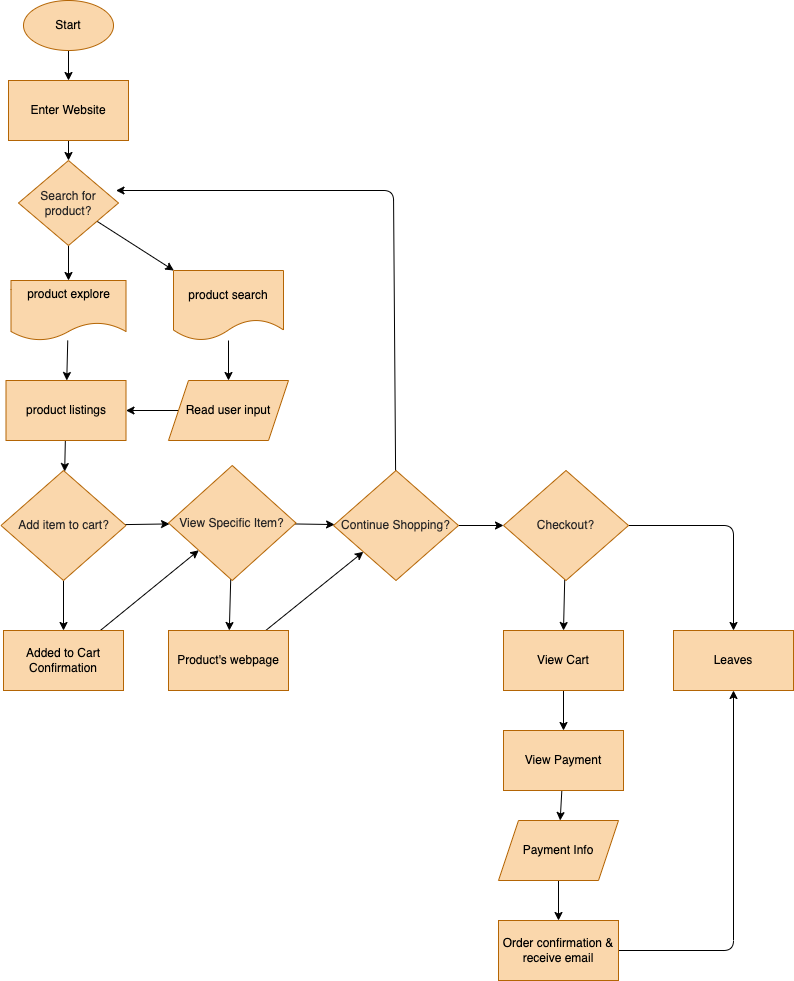
Jackson-Wang-0/fa22-cse110-lab4 keeps this draw.io diagram as explore/diagramming/diagram.drawio.png. Above is the earlier version. Source tidied: cells renumbered, new cells last; positions are measured from the earlier drawing's top-left corner, leaving out a move shared by most shapes. Its diagram source:
```xml
<mxGraphModel>
  <root>
    <mxCell id="0" />
    <mxCell id="1" parent="0" />
    <mxCell id="2" style="edgeStyle=none;html=1;fontColor=#000000;" parent="1" edge="1" source="3" target="5">
      <mxGeometry relative="1" as="geometry" />
    </mxCell>
    <mxCell id="3" value="&lt;font color=&quot;#000000&quot;&gt;Start&lt;/font&gt;" style="ellipse;whiteSpace=wrap;html=1;fillColor=#fad7ac;strokeColor=#b46504;" parent="1" vertex="1">
      <mxGeometry x="22" width="90" height="50" as="geometry" />
    </mxCell>
    <mxCell id="4" style="edgeStyle=none;html=1;fontColor=#FFFFFF;" parent="1" edge="1" source="5" target="33">
      <mxGeometry relative="1" as="geometry" />
    </mxCell>
    <mxCell id="5" value="&lt;font color=&quot;#000000&quot;&gt;Enter Website&lt;/font&gt;" style="rounded=0;whiteSpace=wrap;html=1;fillColor=#fad7ac;strokeColor=#b46504;" parent="1" vertex="1">
      <mxGeometry x="7" y="80" width="120" height="60" as="geometry" />
    </mxCell>
    <mxCell id="6" style="edgeStyle=none;html=1;fontColor=#000000;" parent="1" edge="1" source="7" target="13">
      <mxGeometry relative="1" as="geometry" />
    </mxCell>
    <mxCell id="7" value="&lt;font color=&quot;#000000&quot;&gt;product explore&lt;br&gt;&lt;br&gt;&lt;/font&gt;" style="shape=document;whiteSpace=wrap;html=1;boundedLbl=1;fillColor=#fad7ac;strokeColor=#b46504;" parent="1" vertex="1">
      <mxGeometry x="9.5" y="280" width="115" height="60" as="geometry" />
    </mxCell>
    <mxCell id="8" style="edgeStyle=none;html=1;entryX=0.5;entryY=0;entryDx=0;entryDy=0;fontColor=#000000;" parent="1" edge="1" source="9" target="11">
      <mxGeometry relative="1" as="geometry" />
    </mxCell>
    <mxCell id="9" value="&lt;font color=&quot;#000000&quot;&gt;product search&lt;/font&gt;" style="shape=document;whiteSpace=wrap;html=1;boundedLbl=1;fillColor=#fad7ac;strokeColor=#b46504;" parent="1" vertex="1">
      <mxGeometry x="172" y="270" width="110" height="70" as="geometry" />
    </mxCell>
    <mxCell id="10" style="edgeStyle=none;html=1;fontColor=#FFFFFF;" parent="1" edge="1" source="11" target="13">
      <mxGeometry relative="1" as="geometry" />
    </mxCell>
    <mxCell id="11" value="&lt;font color=&quot;#000000&quot;&gt;Read user input&lt;br&gt;&lt;/font&gt;" style="shape=parallelogram;perimeter=parallelogramPerimeter;whiteSpace=wrap;html=1;fixedSize=1;fillColor=#fad7ac;strokeColor=#b46504;" parent="1" vertex="1">
      <mxGeometry x="167" y="380" width="120" height="60" as="geometry" />
    </mxCell>
    <mxCell id="12" style="edgeStyle=none;html=1;fontColor=#FFFFFF;" parent="1" edge="1" source="13" target="16">
      <mxGeometry relative="1" as="geometry" />
    </mxCell>
    <mxCell id="13" value="&lt;font color=&quot;#000000&quot;&gt;product listings&lt;/font&gt;" style="rounded=0;whiteSpace=wrap;html=1;fillColor=#fad7ac;strokeColor=#b46504;" parent="1" vertex="1">
      <mxGeometry x="4.5" y="380" width="120" height="60" as="geometry" />
    </mxCell>
    <mxCell id="14" style="edgeStyle=none;html=1;fontColor=#FFFFFF;" parent="1" edge="1" source="16" target="19">
      <mxGeometry relative="1" as="geometry" />
    </mxCell>
    <mxCell id="15" style="edgeStyle=none;html=1;entryX=0.5;entryY=0;entryDx=0;entryDy=0;fontColor=#FFFFFF;" parent="1" edge="1" source="16" target="26">
      <mxGeometry relative="1" as="geometry" />
    </mxCell>
    <mxCell id="16" value="Add item to cart?" style="rhombus;whiteSpace=wrap;html=1;fillColor=#fad7ac;strokeColor=#b46504;fontColor=#272525;" parent="1" vertex="1">
      <mxGeometry x="-0.5" y="470" width="125" height="110" as="geometry" />
    </mxCell>
    <mxCell id="17" style="edgeStyle=none;html=1;fontColor=#FFFFFF;" parent="1" edge="1" source="19" target="23">
      <mxGeometry relative="1" as="geometry" />
    </mxCell>
    <mxCell id="18" style="edgeStyle=none;html=1;fontColor=#FFFFFF;" parent="1" edge="1" source="19" target="29">
      <mxGeometry relative="1" as="geometry" />
    </mxCell>
    <mxCell id="19" value="View Specific Item?" style="rhombus;whiteSpace=wrap;html=1;fillColor=#fad7ac;strokeColor=#b46504;fontColor=#272525;" parent="1" vertex="1">
      <mxGeometry x="167" y="465" width="127.5" height="115" as="geometry" />
    </mxCell>
    <mxCell id="20" value="&lt;font color=&quot;#ffffff&quot;&gt;YES&lt;/font&gt;" style="text;html=1;align=center;verticalAlign=middle;strokeColor=none;fillColor=none;fontColor=#272525;" parent="1" vertex="1">
      <mxGeometry x="22" y="580" width="50" height="30" as="geometry" />
    </mxCell>
    <mxCell id="21" style="edgeStyle=none;html=1;entryX=0.975;entryY=0.353;entryDx=0;entryDy=0;entryPerimeter=0;fontColor=#FFFFFF;" parent="1" edge="1" source="23" target="33">
      <mxGeometry relative="1" as="geometry">
        <Array as="points">
          <mxPoint x="392" y="190" />
        </Array>
      </mxGeometry>
    </mxCell>
    <mxCell id="22" style="edgeStyle=none;html=1;fontColor=#FFFFFF;" parent="1" edge="1" source="23" target="39">
      <mxGeometry relative="1" as="geometry" />
    </mxCell>
    <mxCell id="23" value="Continue Shopping?" style="rhombus;whiteSpace=wrap;html=1;fillColor=#fad7ac;strokeColor=#b46504;fontColor=#272525;" parent="1" vertex="1">
      <mxGeometry x="332" y="470" width="125" height="110" as="geometry" />
    </mxCell>
    <mxCell id="24" value="No" style="text;html=1;align=center;verticalAlign=middle;strokeColor=none;fillColor=none;fontColor=#FFFFFF;" parent="1" vertex="1">
      <mxGeometry x="127" y="490" width="40" height="30" as="geometry" />
    </mxCell>
    <mxCell id="25" style="edgeStyle=none;html=1;fontColor=#FFFFFF;" parent="1" edge="1" source="26" target="19">
      <mxGeometry relative="1" as="geometry" />
    </mxCell>
    <mxCell id="26" value="&lt;font color=&quot;#000000&quot;&gt;Added to Cart Confirmation&lt;/font&gt;" style="rounded=0;whiteSpace=wrap;html=1;fillColor=#fad7ac;strokeColor=#b46504;" parent="1" vertex="1">
      <mxGeometry x="2" y="630" width="120" height="60" as="geometry" />
    </mxCell>
    <mxCell id="27" value="No" style="text;html=1;align=center;verticalAlign=middle;strokeColor=none;fillColor=none;fontColor=#FFFFFF;" parent="1" vertex="1">
      <mxGeometry x="294.5" y="490" width="40" height="30" as="geometry" />
    </mxCell>
    <mxCell id="28" style="edgeStyle=none;html=1;fontColor=#FFFFFF;" parent="1" edge="1" source="29" target="23">
      <mxGeometry relative="1" as="geometry" />
    </mxCell>
    <mxCell id="29" value="&lt;font color=&quot;#000000&quot;&gt;Product's webpage&lt;br&gt;&lt;/font&gt;" style="rounded=0;whiteSpace=wrap;html=1;fillColor=#fad7ac;strokeColor=#b46504;" parent="1" vertex="1">
      <mxGeometry x="167" y="630" width="120" height="60" as="geometry" />
    </mxCell>
    <mxCell id="30" value="&lt;font color=&quot;#ffffff&quot;&gt;YES&lt;/font&gt;" style="text;html=1;align=center;verticalAlign=middle;strokeColor=none;fillColor=none;fontColor=#272525;" parent="1" vertex="1">
      <mxGeometry x="182" y="580" width="50" height="30" as="geometry" />
    </mxCell>
    <mxCell id="31" style="edgeStyle=none;html=1;fontColor=#FFFFFF;" parent="1" edge="1" source="33" target="7">
      <mxGeometry relative="1" as="geometry" />
    </mxCell>
    <mxCell id="32" style="edgeStyle=none;html=1;fontColor=#FFFFFF;" parent="1" edge="1" source="33" target="9">
      <mxGeometry relative="1" as="geometry" />
    </mxCell>
    <mxCell id="33" value="Search for product?" style="rhombus;whiteSpace=wrap;html=1;fillColor=#fad7ac;strokeColor=#b46504;fontColor=#272525;" parent="1" vertex="1">
      <mxGeometry x="17" y="160" width="100" height="85" as="geometry" />
    </mxCell>
    <mxCell id="34" value="No" style="text;html=1;align=center;verticalAlign=middle;strokeColor=none;fillColor=none;fontColor=#FFFFFF;" parent="1" vertex="1">
      <mxGeometry x="32" y="237.5" width="40" height="30" as="geometry" />
    </mxCell>
    <mxCell id="35" value="&lt;font color=&quot;#ffffff&quot;&gt;YES&lt;/font&gt;" style="text;html=1;align=center;verticalAlign=middle;strokeColor=none;fillColor=none;fontColor=#272525;" parent="1" vertex="1">
      <mxGeometry x="117" y="220" width="50" height="30" as="geometry" />
    </mxCell>
    <mxCell id="36" value="&lt;font color=&quot;#ffffff&quot;&gt;YES&lt;/font&gt;" style="text;html=1;align=center;verticalAlign=middle;strokeColor=none;fillColor=none;fontColor=#272525;" parent="1" vertex="1">
      <mxGeometry x="392" y="295" width="50" height="30" as="geometry" />
    </mxCell>
    <mxCell id="37" style="edgeStyle=none;html=1;fontColor=#FFFFFF;" parent="1" edge="1" source="39" target="41">
      <mxGeometry relative="1" as="geometry">
        <Array as="points">
          <mxPoint x="732" y="525" />
        </Array>
      </mxGeometry>
    </mxCell>
    <mxCell id="38" style="edgeStyle=none;html=1;entryX=0.5;entryY=0;entryDx=0;entryDy=0;fontColor=#FFFFFF;" parent="1" edge="1" source="39" target="44">
      <mxGeometry relative="1" as="geometry" />
    </mxCell>
    <mxCell id="39" value="Checkout?" style="rhombus;whiteSpace=wrap;html=1;fillColor=#fad7ac;strokeColor=#b46504;fontColor=#272525;" parent="1" vertex="1">
      <mxGeometry x="502" y="470" width="125" height="110" as="geometry" />
    </mxCell>
    <mxCell id="40" value="No" style="text;html=1;align=center;verticalAlign=middle;strokeColor=none;fillColor=none;fontColor=#FFFFFF;" parent="1" vertex="1">
      <mxGeometry x="457" y="490" width="40" height="30" as="geometry" />
    </mxCell>
    <mxCell id="41" value="&lt;font color=&quot;#000000&quot;&gt;Leaves&lt;br&gt;&lt;/font&gt;" style="rounded=0;whiteSpace=wrap;html=1;fillColor=#fad7ac;strokeColor=#b46504;" parent="1" vertex="1">
      <mxGeometry x="672" y="630" width="120" height="60" as="geometry" />
    </mxCell>
    <mxCell id="42" value="No" style="text;html=1;align=center;verticalAlign=middle;strokeColor=none;fillColor=none;fontColor=#FFFFFF;" parent="1" vertex="1">
      <mxGeometry x="682" y="490" width="40" height="30" as="geometry" />
    </mxCell>
    <mxCell id="43" style="edgeStyle=none;html=1;entryX=0.5;entryY=0;entryDx=0;entryDy=0;fontColor=#FFFFFF;" parent="1" edge="1" source="44" target="47">
      <mxGeometry relative="1" as="geometry" />
    </mxCell>
    <mxCell id="44" value="&lt;font color=&quot;#000000&quot;&gt;View Cart&lt;br&gt;&lt;/font&gt;" style="rounded=0;whiteSpace=wrap;html=1;fillColor=#fad7ac;strokeColor=#b46504;" parent="1" vertex="1">
      <mxGeometry x="502" y="630" width="120" height="60" as="geometry" />
    </mxCell>
    <mxCell id="45" value="&lt;font color=&quot;#ffffff&quot;&gt;YES&lt;/font&gt;" style="text;html=1;align=center;verticalAlign=middle;strokeColor=none;fillColor=none;fontColor=#272525;" parent="1" vertex="1">
      <mxGeometry x="512" y="580" width="50" height="30" as="geometry" />
    </mxCell>
    <mxCell id="46" style="edgeStyle=none;html=1;fontColor=#FFFFFF;" parent="1" edge="1" source="47" target="49">
      <mxGeometry relative="1" as="geometry" />
    </mxCell>
    <mxCell id="47" value="&lt;font color=&quot;#000000&quot;&gt;View Payment&lt;br&gt;&lt;/font&gt;" style="rounded=0;whiteSpace=wrap;html=1;fillColor=#fad7ac;strokeColor=#b46504;" parent="1" vertex="1">
      <mxGeometry x="502" y="730" width="120" height="60" as="geometry" />
    </mxCell>
    <mxCell id="48" style="edgeStyle=none;html=1;fontColor=#FFFFFF;" parent="1" edge="1" source="49" target="51">
      <mxGeometry relative="1" as="geometry" />
    </mxCell>
    <mxCell id="49" value="&lt;font color=&quot;#000000&quot;&gt;Payment Info&lt;br&gt;&lt;/font&gt;" style="shape=parallelogram;perimeter=parallelogramPerimeter;whiteSpace=wrap;html=1;fixedSize=1;fillColor=#fad7ac;strokeColor=#b46504;" parent="1" vertex="1">
      <mxGeometry x="497" y="820" width="120" height="60" as="geometry" />
    </mxCell>
    <mxCell id="50" style="edgeStyle=none;html=1;entryX=0.5;entryY=1;entryDx=0;entryDy=0;fontColor=#FFFFFF;" parent="1" edge="1" source="51" target="41">
      <mxGeometry relative="1" as="geometry">
        <Array as="points">
          <mxPoint x="732" y="950" />
        </Array>
      </mxGeometry>
    </mxCell>
    <mxCell id="51" value="&lt;font color=&quot;#000000&quot;&gt;Order confirmation &amp;amp; receive email&lt;br&gt;&lt;/font&gt;" style="rounded=0;whiteSpace=wrap;html=1;fillColor=#fad7ac;strokeColor=#b46504;" parent="1" vertex="1">
      <mxGeometry x="497" y="920" width="120" height="60" as="geometry" />
    </mxCell>
  </root>
</mxGraphModel>
```
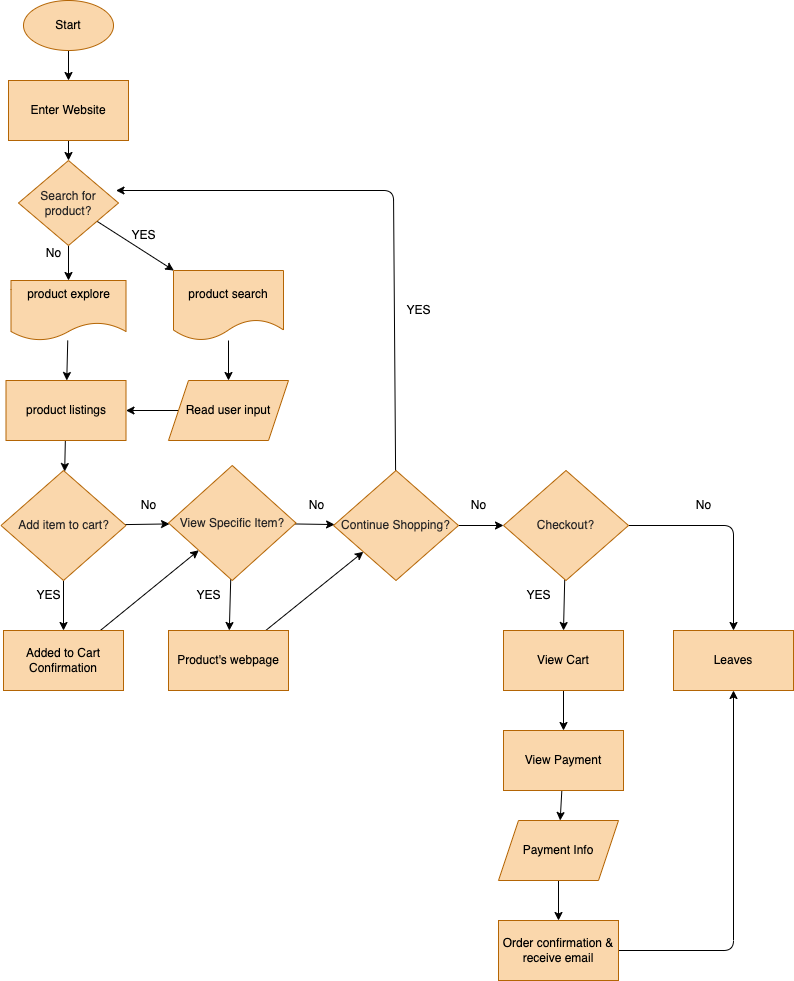
After the change.

What changed in the source:
```diff
@@ -56,7 +56,7 @@
     <mxCell id="19" value="View Specific Item?" style="rhombus;whiteSpace=wrap;html=1;fillColor=#fad7ac;strokeColor=#b46504;fontColor=#272525;" parent="1" vertex="1">
       <mxGeometry x="167" y="465" width="127.5" height="115" as="geometry" />
     </mxCell>
-    <mxCell id="20" value="&lt;font color=&quot;#ffffff&quot;&gt;YES&lt;/font&gt;" style="text;html=1;align=center;verticalAlign=middle;strokeColor=none;fillColor=none;fontColor=#272525;" parent="1" vertex="1">
+    <mxCell id="20" value="&lt;font&gt;YES&lt;/font&gt;" style="text;html=1;align=center;verticalAlign=middle;strokeColor=none;fillColor=none;fontColor=#000000;" parent="1" vertex="1">
       <mxGeometry x="22" y="580" width="50" height="30" as="geometry" />
     </mxCell>
     <mxCell id="21" style="edgeStyle=none;html=1;entryX=0.975;entryY=0.353;entryDx=0;entryDy=0;entryPerimeter=0;fontColor=#FFFFFF;" parent="1" edge="1" source="23" target="33">
@@ -72,7 +72,7 @@
     <mxCell id="23" value="Continue Shopping?" style="rhombus;whiteSpace=wrap;html=1;fillColor=#fad7ac;strokeColor=#b46504;fontColor=#272525;" parent="1" vertex="1">
       <mxGeometry x="332" y="470" width="125" height="110" as="geometry" />
     </mxCell>
-    <mxCell id="24" value="No" style="text;html=1;align=center;verticalAlign=middle;strokeColor=none;fillColor=none;fontColor=#FFFFFF;" parent="1" vertex="1">
+    <mxCell id="24" value="No" style="text;html=1;align=center;verticalAlign=middle;strokeColor=none;fillColor=none;fontColor=#000000;" parent="1" vertex="1">
       <mxGeometry x="127" y="490" width="40" height="30" as="geometry" />
     </mxCell>
     <mxCell id="25" style="edgeStyle=none;html=1;fontColor=#FFFFFF;" parent="1" edge="1" source="26" target="19">
@@ -81,7 +81,7 @@
     <mxCell id="26" value="&lt;font color=&quot;#000000&quot;&gt;Added to Cart Confirmation&lt;/font&gt;" style="rounded=0;whiteSpace=wrap;html=1;fillColor=#fad7ac;strokeColor=#b46504;" parent="1" vertex="1">
       <mxGeometry x="2" y="630" width="120" height="60" as="geometry" />
     </mxCell>
-    <mxCell id="27" value="No" style="text;html=1;align=center;verticalAlign=middle;strokeColor=none;fillColor=none;fontColor=#FFFFFF;" parent="1" vertex="1">
+    <mxCell id="27" value="No" style="text;html=1;align=center;verticalAlign=middle;strokeColor=none;fillColor=none;fontColor=#000000;" parent="1" vertex="1">
       <mxGeometry x="294.5" y="490" width="40" height="30" as="geometry" />
     </mxCell>
     <mxCell id="28" style="edgeStyle=none;html=1;fontColor=#FFFFFF;" parent="1" edge="1" source="29" target="23">
@@ -90,7 +90,7 @@
     <mxCell id="29" value="&lt;font color=&quot;#000000&quot;&gt;Product's webpage&lt;br&gt;&lt;/font&gt;" style="rounded=0;whiteSpace=wrap;html=1;fillColor=#fad7ac;strokeColor=#b46504;" parent="1" vertex="1">
       <mxGeometry x="167" y="630" width="120" height="60" as="geometry" />
     </mxCell>
-    <mxCell id="30" value="&lt;font color=&quot;#ffffff&quot;&gt;YES&lt;/font&gt;" style="text;html=1;align=center;verticalAlign=middle;strokeColor=none;fillColor=none;fontColor=#272525;" parent="1" vertex="1">
+    <mxCell id="30" value="&lt;font&gt;YES&lt;/font&gt;" style="text;html=1;align=center;verticalAlign=middle;strokeColor=none;fillColor=none;fontColor=#000000;" parent="1" vertex="1">
       <mxGeometry x="182" y="580" width="50" height="30" as="geometry" />
     </mxCell>
     <mxCell id="31" style="edgeStyle=none;html=1;fontColor=#FFFFFF;" parent="1" edge="1" source="33" target="7">
@@ -102,13 +102,13 @@
     <mxCell id="33" value="Search for product?" style="rhombus;whiteSpace=wrap;html=1;fillColor=#fad7ac;strokeColor=#b46504;fontColor=#272525;" parent="1" vertex="1">
       <mxGeometry x="17" y="160" width="100" height="85" as="geometry" />
     </mxCell>
-    <mxCell id="34" value="No" style="text;html=1;align=center;verticalAlign=middle;strokeColor=none;fillColor=none;fontColor=#FFFFFF;" parent="1" vertex="1">
+    <mxCell id="34" value="No" style="text;html=1;align=center;verticalAlign=middle;strokeColor=none;fillColor=none;fontColor=#000000;labelBackgroundColor=default;" parent="1" vertex="1">
       <mxGeometry x="32" y="237.5" width="40" height="30" as="geometry" />
     </mxCell>
-    <mxCell id="35" value="&lt;font color=&quot;#ffffff&quot;&gt;YES&lt;/font&gt;" style="text;html=1;align=center;verticalAlign=middle;strokeColor=none;fillColor=none;fontColor=#272525;" parent="1" vertex="1">
+    <mxCell id="35" value="&lt;font&gt;YES&lt;/font&gt;" style="text;html=1;align=center;verticalAlign=middle;strokeColor=none;fillColor=none;fontColor=#000000;" parent="1" vertex="1">
       <mxGeometry x="117" y="220" width="50" height="30" as="geometry" />
     </mxCell>
-    <mxCell id="36" value="&lt;font color=&quot;#ffffff&quot;&gt;YES&lt;/font&gt;" style="text;html=1;align=center;verticalAlign=middle;strokeColor=none;fillColor=none;fontColor=#272525;" parent="1" vertex="1">
+    <mxCell id="36" value="&lt;font&gt;YES&lt;/font&gt;" style="text;html=1;align=center;verticalAlign=middle;strokeColor=none;fillColor=none;fontColor=#000000;" parent="1" vertex="1">
       <mxGeometry x="392" y="295" width="50" height="30" as="geometry" />
     </mxCell>
     <mxCell id="37" style="edgeStyle=none;html=1;fontColor=#FFFFFF;" parent="1" edge="1" source="39" target="41">
@@ -124,13 +124,13 @@
     <mxCell id="39" value="Checkout?" style="rhombus;whiteSpace=wrap;html=1;fillColor=#fad7ac;strokeColor=#b46504;fontColor=#272525;" parent="1" vertex="1">
       <mxGeometry x="502" y="470" width="125" height="110" as="geometry" />
     </mxCell>
-    <mxCell id="40" value="No" style="text;html=1;align=center;verticalAlign=middle;strokeColor=none;fillColor=none;fontColor=#FFFFFF;" parent="1" vertex="1">
+    <mxCell id="40" value="No" style="text;html=1;align=center;verticalAlign=middle;strokeColor=none;fillColor=none;fontColor=#000000;" parent="1" vertex="1">
       <mxGeometry x="457" y="490" width="40" height="30" as="geometry" />
     </mxCell>
     <mxCell id="41" value="&lt;font color=&quot;#000000&quot;&gt;Leaves&lt;br&gt;&lt;/font&gt;" style="rounded=0;whiteSpace=wrap;html=1;fillColor=#fad7ac;strokeColor=#b46504;" parent="1" vertex="1">
       <mxGeometry x="672" y="630" width="120" height="60" as="geometry" />
     </mxCell>
-    <mxCell id="42" value="No" style="text;html=1;align=center;verticalAlign=middle;strokeColor=none;fillColor=none;fontColor=#FFFFFF;" parent="1" vertex="1">
+    <mxCell id="42" value="No" style="text;html=1;align=center;verticalAlign=middle;strokeColor=none;fillColor=none;fontColor=#000000;" parent="1" vertex="1">
       <mxGeometry x="682" y="490" width="40" height="30" as="geometry" />
     </mxCell>
     <mxCell id="43" style="edgeStyle=none;html=1;entryX=0.5;entryY=0;entryDx=0;entryDy=0;fontColor=#FFFFFF;" parent="1" edge="1" source="44" target="47">
@@ -139,7 +139,7 @@
     <mxCell id="44" value="&lt;font color=&quot;#000000&quot;&gt;View Cart&lt;br&gt;&lt;/font&gt;" style="rounded=0;whiteSpace=wrap;html=1;fillColor=#fad7ac;strokeColor=#b46504;" parent="1" vertex="1">
       <mxGeometry x="502" y="630" width="120" height="60" as="geometry" />
     </mxCell>
-    <mxCell id="45" value="&lt;font color=&quot;#ffffff&quot;&gt;YES&lt;/font&gt;" style="text;html=1;align=center;verticalAlign=middle;strokeColor=none;fillColor=none;fontColor=#272525;" parent="1" vertex="1">
+    <mxCell id="45" value="&lt;font&gt;YES&lt;/font&gt;" style="text;html=1;align=center;verticalAlign=middle;strokeColor=none;fillColor=none;fontColor=#000000;" parent="1" vertex="1">
       <mxGeometry x="512" y="580" width="50" height="30" as="geometry" />
     </mxCell>
     <mxCell id="46" style="edgeStyle=none;html=1;fontColor=#FFFFFF;" parent="1" edge="1" source="47" target="49">
```
